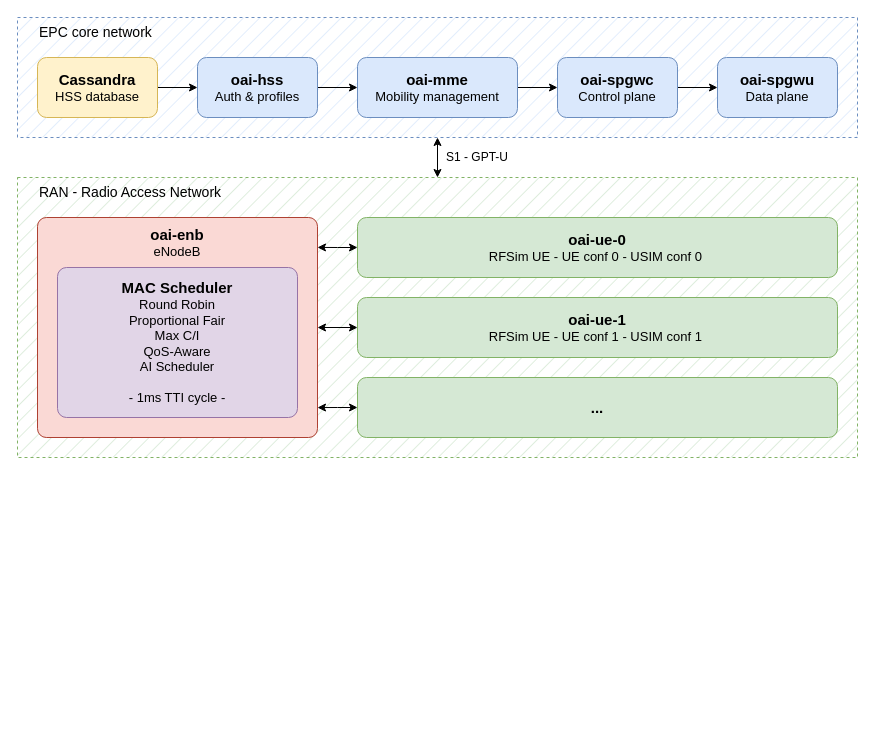
Before: Overall Sytem.drawio in Graduation-Project-VHT/Diagrams, a draw.io diagram. Source tidied: cells renumbered, new cells numbered last; positions are measured from the earlier drawing's top-left corner, leaving out a move shared by most shapes. Both pictures are drawn from the tidied source at 100%, with x=0, y=0 at pixel (17, 17).
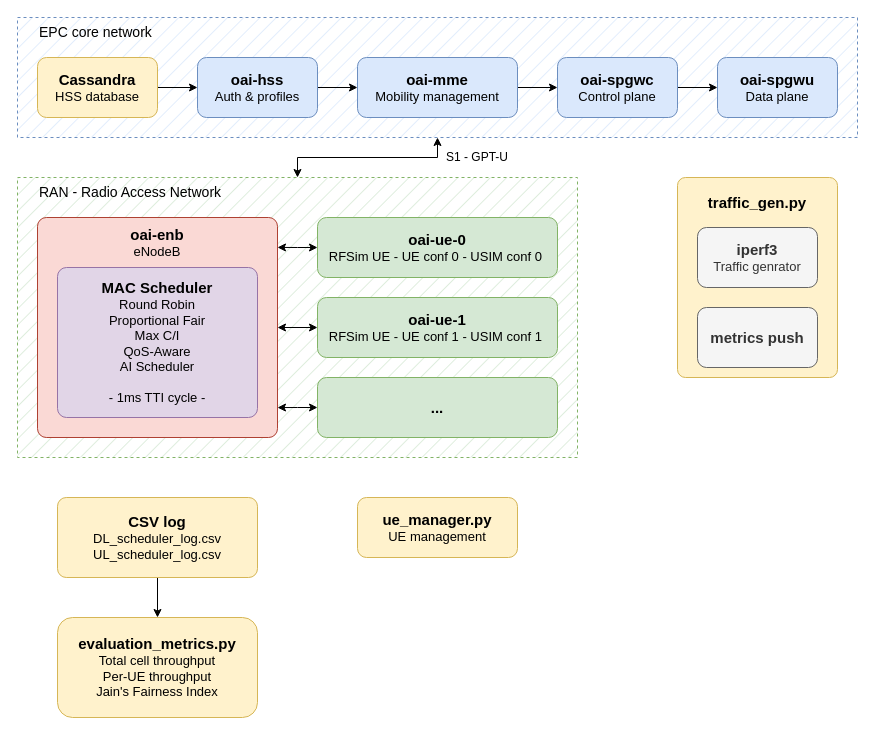
Above is the later version.

The edit, as a diff of the source:
```diff
@@
     <mxCell id="2" style="rounded=0;whiteSpace=wrap;html=1;fillColor=#d5e8d4;strokeColor=#82b366;fillStyle=hatch;dashed=1;" parent="1" vertex="1">
-      <mxGeometry y="160" width="840" height="280" as="geometry" />
+      <mxGeometry y="160" width="560" height="280" as="geometry" />
     </mxCell>
@@
     <mxCell id="15" style="rounded=1;whiteSpace=wrap;html=1;arcSize=4;fillColor=#fad9d5;strokeColor=#ae4132;" parent="1" vertex="1">
-      <mxGeometry x="20" y="200" width="280" height="220" as="geometry" />
+      <mxGeometry x="20" y="200" width="240" height="220" as="geometry" />
     </mxCell>
     <mxCell id="16" value="&lt;font style=&quot;font-size: 15px;&quot;&gt;&lt;b&gt;MAC Scheduler&lt;/b&gt;&lt;/font&gt;&lt;div&gt;&lt;div&gt;&lt;font style=&quot;font-size: 13px;&quot;&gt;Round Robin&lt;/font&gt;&lt;/div&gt;&lt;div&gt;&lt;font style=&quot;font-size: 13px;&quot;&gt;Proportional Fair&lt;/font&gt;&lt;/div&gt;&lt;div&gt;&lt;font style=&quot;font-size: 13px;&quot;&gt;Max C/I&lt;/font&gt;&lt;/div&gt;&lt;div&gt;&lt;font style=&quot;font-size: 13px;&quot;&gt;QoS-Aware&lt;/font&gt;&lt;/div&gt;&lt;div&gt;&lt;font style=&quot;font-size: 13px;&quot;&gt;AI Scheduler&lt;/font&gt;&lt;/div&gt;&lt;div&gt;&lt;font style=&quot;font-size: 13px;&quot;&gt;&lt;br&gt;&lt;/font&gt;&lt;/div&gt;&lt;div&gt;&lt;font style=&quot;font-size: 13px;&quot;&gt;- 1ms TTI cycle -&lt;/font&gt;&lt;/div&gt;&lt;/div&gt;" style="rounded=1;whiteSpace=wrap;html=1;arcSize=6;fillColor=#e1d5e7;strokeColor=#9673a6;" parent="1" vertex="1">
-      <mxGeometry x="40" y="250" width="240" height="150" as="geometry" />
+      <mxGeometry x="40" y="250" width="200" height="150" as="geometry" />
     </mxCell>
     <mxCell id="17" value="&lt;font style=&quot;font-size: 15px;&quot;&gt;&lt;b&gt;oai-enb&lt;/b&gt;&lt;/font&gt;&lt;div&gt;&lt;font style=&quot;font-size: 13px;&quot;&gt;eNodeB&lt;/font&gt;&lt;/div&gt;" style="text;html=1;whiteSpace=wrap;strokeColor=none;fillColor=none;align=center;verticalAlign=middle;rounded=0;" parent="1" vertex="1">
-      <mxGeometry x="130" y="210" width="60" height="30" as="geometry" />
+      <mxGeometry x="110" y="210" width="60" height="30" as="geometry" />
     </mxCell>
@@
     <mxCell id="19" value="&lt;font style=&quot;font-size: 15px;&quot;&gt;&lt;b&gt;oai-ue-0&lt;/b&gt;&lt;/font&gt;&lt;div&gt;&lt;font style=&quot;font-size: 13px;&quot;&gt;RFSim UE - UE conf 0 - USIM conf 0&lt;/font&gt;&amp;nbsp;&lt;/div&gt;" style="rounded=1;whiteSpace=wrap;html=1;fillColor=#d5e8d4;strokeColor=#82b366;" parent="1" vertex="1">
-      <mxGeometry x="340" y="200" width="480" height="60" as="geometry" />
+      <mxGeometry x="300" y="200" width="240" height="60" as="geometry" />
     </mxCell>
@@
     <mxCell id="21" value="&lt;font style=&quot;font-size: 15px;&quot;&gt;&lt;b&gt;oai-ue-1&lt;/b&gt;&lt;/font&gt;&lt;div&gt;&lt;font style=&quot;font-size: 13px;&quot;&gt;RFSim UE - UE conf 1 - USIM conf 1&lt;/font&gt;&amp;nbsp;&lt;/div&gt;" style="rounded=1;whiteSpace=wrap;html=1;fillColor=#d5e8d4;strokeColor=#82b366;" parent="1" vertex="1">
-      <mxGeometry x="340" y="280" width="480" height="60" as="geometry" />
+      <mxGeometry x="300" y="280" width="240" height="60" as="geometry" />
     </mxCell>
@@
     <mxCell id="23" value="&lt;span style=&quot;font-size: 15px;&quot;&gt;&lt;b&gt;...&lt;/b&gt;&lt;/span&gt;" style="rounded=1;whiteSpace=wrap;html=1;fillColor=#d5e8d4;strokeColor=#82b366;" parent="1" vertex="1">
-      <mxGeometry x="340" y="360" width="480" height="60" as="geometry" />
+      <mxGeometry x="300" y="360" width="240" height="60" as="geometry" />
     </mxCell>
@@
+    <mxCell id="26" value="&lt;span style=&quot;font-size: 15px;&quot;&gt;&lt;b&gt;ue_manager.py&lt;/b&gt;&lt;/span&gt;&lt;br&gt;&lt;div&gt;&lt;span style=&quot;font-size: 13px;&quot;&gt;UE management&lt;/span&gt;&lt;/div&gt;" style="rounded=1;whiteSpace=wrap;html=1;fillColor=#fff2cc;strokeColor=#d6b656;" parent="1" vertex="1">
+      <mxGeometry x="340" y="480" width="160" height="60" as="geometry" />
+    </mxCell>
+    <mxCell id="27" style="rounded=1;whiteSpace=wrap;html=1;fillColor=#fff2cc;strokeColor=#d6b656;arcSize=5;" parent="1" vertex="1">
+      <mxGeometry x="660" y="160" width="160" height="200" as="geometry" />
+    </mxCell>
+    <mxCell id="28" value="&lt;span style=&quot;font-size: 15px;&quot;&gt;&lt;b&gt;traffic_gen.py&lt;/b&gt;&lt;/span&gt;" style="text;html=1;whiteSpace=wrap;strokeColor=none;fillColor=none;align=center;verticalAlign=middle;rounded=0;" parent="1" vertex="1">
+      <mxGeometry x="685" y="160" width="110" height="50" as="geometry" />
+    </mxCell>
+    <mxCell id="29" value="&lt;span style=&quot;font-size: 15px;&quot;&gt;&lt;b&gt;iperf3&lt;/b&gt;&lt;/span&gt;&lt;br&gt;&lt;div&gt;&lt;span style=&quot;font-size: 13px;&quot;&gt;Traffic genrator&lt;/span&gt;&lt;/div&gt;" style="rounded=1;whiteSpace=wrap;html=1;fillColor=#f5f5f5;strokeColor=#666666;fontColor=#333333;" parent="1" vertex="1">
+      <mxGeometry x="680" y="210" width="120" height="60" as="geometry" />
+    </mxCell>
+    <mxCell id="30" value="&lt;span style=&quot;font-size: 15px;&quot;&gt;&lt;b&gt;metrics push&lt;/b&gt;&lt;/span&gt;" style="rounded=1;whiteSpace=wrap;html=1;fillColor=#f5f5f5;strokeColor=#666666;fontColor=#333333;" parent="1" vertex="1">
+      <mxGeometry x="680" y="290" width="120" height="60" as="geometry" />
+    </mxCell>
+    <mxCell id="31" style="edgeStyle=orthogonalEdgeStyle;rounded=0;jettySize=auto;html=1;" parent="1" edge="1" source="32" target="33">
+      <mxGeometry relative="1" as="geometry" />
+    </mxCell>
+    <mxCell id="32" value="&lt;span style=&quot;font-size: 15px;&quot;&gt;&lt;b&gt;CSV log&lt;/b&gt;&lt;/span&gt;&lt;br&gt;&lt;div&gt;&lt;span style=&quot;font-size: 13px;&quot;&gt;DL_scheduler_log.csv&lt;/span&gt;&lt;/div&gt;&lt;div&gt;&lt;span style=&quot;font-size: 13px;&quot;&gt;UL_scheduler_log.csv&lt;/span&gt;&lt;/div&gt;" style="rounded=1;whiteSpace=wrap;html=1;fillColor=#fff2cc;strokeColor=#d6b656;arcSize=11;" parent="1" vertex="1">
+      <mxGeometry x="40" y="480" width="200" height="80" as="geometry" />
+    </mxCell>
+    <mxCell id="33" value="&lt;span style=&quot;font-size: 15px;&quot;&gt;&lt;b&gt;evaluation_metrics.py&lt;/b&gt;&lt;/span&gt;&lt;br&gt;&lt;div&gt;&lt;span style=&quot;font-size: 13px;&quot;&gt;Total cell throughput&lt;/span&gt;&lt;/div&gt;&lt;div&gt;&lt;span style=&quot;font-size: 13px;&quot;&gt;Per-UE throughput&lt;/span&gt;&lt;/div&gt;&lt;div&gt;&lt;span style=&quot;font-size: 13px;&quot;&gt;Jain's Fairness Index&lt;/span&gt;&lt;/div&gt;" style="rounded=1;whiteSpace=wrap;html=1;fillColor=#fff2cc;strokeColor=#d6b656;" parent="1" vertex="1">
+      <mxGeometry x="40" y="600" width="200" height="100" as="geometry" />
+    </mxCell>
```
